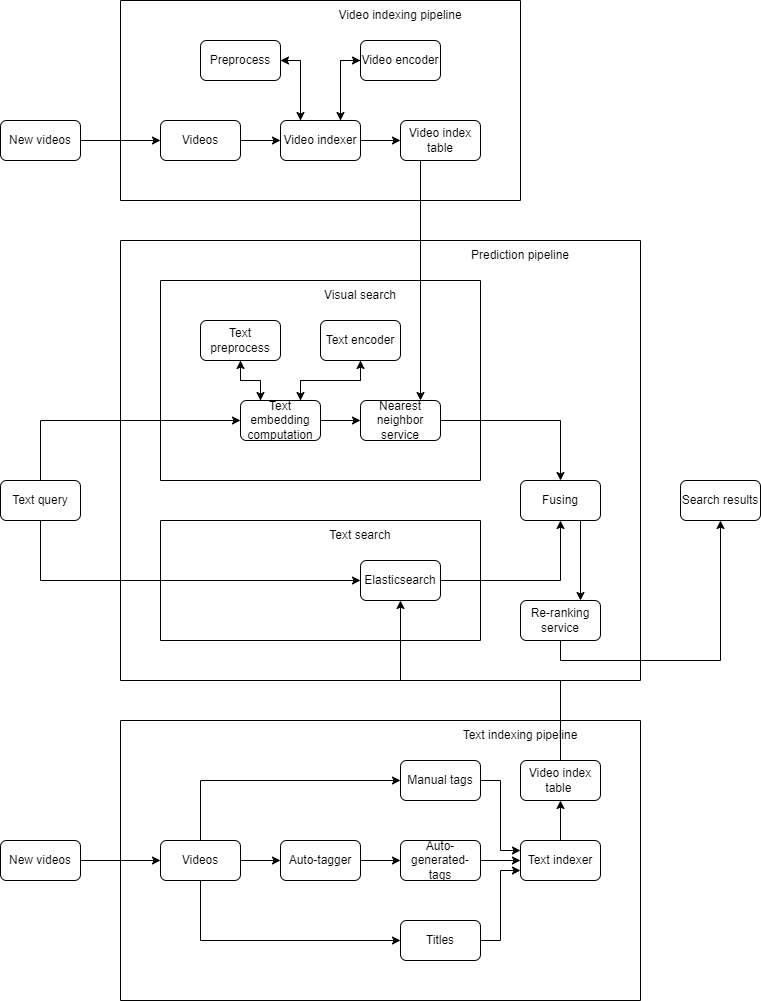
Earlier version of the draw.io export machine-learning/machine-learning-system-design/youtube-video-search5.png (riehseun/riehseun.github.io). Source tidied: cells renumbered, new cells last; positions are measured from the earlier drawing's top-left corner, leaving out a move shared by most shapes. Source of this version:
```xml
<mxGraphModel>
  <root>
    <mxCell id="0" />
    <mxCell id="1" parent="0" />
    <mxCell id="2" style="edgeStyle=orthogonalEdgeStyle;rounded=0;jettySize=auto;html=1;exitX=1;exitY=0.5;exitDx=0;exitDy=0;entryX=0;entryY=0.5;entryDx=0;entryDy=0;" parent="1" edge="1" source="3" target="27">
      <mxGeometry relative="1" as="geometry" />
    </mxCell>
    <mxCell id="3" value="New videos" style="rounded=1;whiteSpace=wrap;html=1;" parent="1" vertex="1">
      <mxGeometry y="120" width="80" height="40" as="geometry" />
    </mxCell>
    <mxCell id="4" style="swimlane;startSize=0;" parent="1" vertex="1">
      <mxGeometry x="120" y="240" width="520" height="440" as="geometry" />
    </mxCell>
    <mxCell id="5" style="swimlane;startSize=0;" parent="4" vertex="1">
      <mxGeometry x="40" y="40" width="320" height="200" as="geometry" />
    </mxCell>
    <mxCell id="6" style="edgeStyle=orthogonalEdgeStyle;rounded=0;jettySize=auto;html=1;exitX=0.25;exitY=0;exitDx=0;exitDy=0;" parent="5" edge="1" source="9" target="11">
      <mxGeometry relative="1" as="geometry" />
    </mxCell>
    <mxCell id="7" style="edgeStyle=orthogonalEdgeStyle;rounded=0;jettySize=auto;html=1;exitX=0.75;exitY=0;exitDx=0;exitDy=0;entryX=0.5;entryY=1;entryDx=0;entryDy=0;" parent="5" edge="1" source="9" target="13">
      <mxGeometry relative="1" as="geometry" />
    </mxCell>
    <mxCell id="8" style="edgeStyle=orthogonalEdgeStyle;rounded=0;jettySize=auto;html=1;exitX=1;exitY=0.5;exitDx=0;exitDy=0;entryX=0;entryY=0.5;entryDx=0;entryDy=0;" parent="5" edge="1" source="9" target="14">
      <mxGeometry relative="1" as="geometry" />
    </mxCell>
    <mxCell id="9" value="Text embedding computation" style="rounded=1;whiteSpace=wrap;html=1;" parent="5" vertex="1">
      <mxGeometry x="80" y="120" width="80" height="40" as="geometry" />
    </mxCell>
    <mxCell id="10" style="edgeStyle=orthogonalEdgeStyle;rounded=0;jettySize=auto;html=1;exitX=0.5;exitY=1;exitDx=0;exitDy=0;entryX=0.25;entryY=0;entryDx=0;entryDy=0;" parent="5" edge="1" source="11" target="9">
      <mxGeometry relative="1" as="geometry" />
    </mxCell>
    <mxCell id="11" value="Text preprocess" style="rounded=1;whiteSpace=wrap;html=1;" parent="5" vertex="1">
      <mxGeometry x="40" y="40" width="80" height="40" as="geometry" />
    </mxCell>
    <mxCell id="12" style="edgeStyle=orthogonalEdgeStyle;rounded=0;jettySize=auto;html=1;exitX=0.5;exitY=1;exitDx=0;exitDy=0;entryX=0.75;entryY=0;entryDx=0;entryDy=0;" parent="5" edge="1" source="13" target="9">
      <mxGeometry relative="1" as="geometry" />
    </mxCell>
    <mxCell id="13" value="Text encoder" style="rounded=1;whiteSpace=wrap;html=1;" parent="5" vertex="1">
      <mxGeometry x="160" y="40" width="80" height="40" as="geometry" />
    </mxCell>
    <mxCell id="14" value="Nearest neighbor service" style="rounded=1;whiteSpace=wrap;html=1;" parent="5" vertex="1">
      <mxGeometry x="200" y="120" width="80" height="40" as="geometry" />
    </mxCell>
    <mxCell id="15" value="Visual search" style="text;html=1;strokeColor=none;fillColor=none;align=center;verticalAlign=middle;whiteSpace=wrap;rounded=0;" parent="5" vertex="1">
      <mxGeometry x="80" width="240" height="30" as="geometry" />
    </mxCell>
    <mxCell id="16" style="swimlane;startSize=0;" parent="4" vertex="1">
      <mxGeometry x="40" y="280" width="320" height="120" as="geometry" />
    </mxCell>
    <mxCell id="17" value="Elasticsearch" style="rounded=1;whiteSpace=wrap;html=1;" parent="16" vertex="1">
      <mxGeometry x="200" y="40" width="80" height="40" as="geometry" />
    </mxCell>
    <mxCell id="18" value="Text search" style="text;html=1;strokeColor=none;fillColor=none;align=center;verticalAlign=middle;whiteSpace=wrap;rounded=0;" parent="16" vertex="1">
      <mxGeometry x="80" width="240" height="30" as="geometry" />
    </mxCell>
    <mxCell id="19" style="edgeStyle=orthogonalEdgeStyle;rounded=0;jettySize=auto;html=1;exitX=0.75;exitY=1;exitDx=0;exitDy=0;entryX=0.75;entryY=0;entryDx=0;entryDy=0;" parent="4" edge="1" source="20" target="21">
      <mxGeometry relative="1" as="geometry" />
    </mxCell>
    <mxCell id="20" value="Fusing" style="rounded=1;whiteSpace=wrap;html=1;" parent="4" vertex="1">
      <mxGeometry x="400" y="240" width="80" height="40" as="geometry" />
    </mxCell>
    <mxCell id="21" value="Re-ranking service" style="rounded=1;whiteSpace=wrap;html=1;" parent="4" vertex="1">
      <mxGeometry x="400" y="360" width="80" height="40" as="geometry" />
    </mxCell>
    <mxCell id="22" value="Prediction pipeline" style="text;html=1;strokeColor=none;fillColor=none;align=center;verticalAlign=middle;whiteSpace=wrap;rounded=0;" parent="4" vertex="1">
      <mxGeometry x="280" width="240" height="30" as="geometry" />
    </mxCell>
    <mxCell id="23" style="edgeStyle=orthogonalEdgeStyle;rounded=0;jettySize=auto;html=1;exitX=1;exitY=0.5;exitDx=0;exitDy=0;entryX=0.5;entryY=0;entryDx=0;entryDy=0;" parent="4" edge="1" source="14" target="20">
      <mxGeometry relative="1" as="geometry" />
    </mxCell>
    <mxCell id="24" style="edgeStyle=orthogonalEdgeStyle;rounded=0;jettySize=auto;html=1;exitX=1;exitY=0.5;exitDx=0;exitDy=0;entryX=0.5;entryY=1;entryDx=0;entryDy=0;" parent="4" edge="1" source="17" target="20">
      <mxGeometry relative="1" as="geometry" />
    </mxCell>
    <mxCell id="25" style="swimlane;startSize=0;" parent="1" vertex="1">
      <mxGeometry x="120" width="400" height="200" as="geometry" />
    </mxCell>
    <mxCell id="26" style="edgeStyle=orthogonalEdgeStyle;rounded=0;jettySize=auto;html=1;exitX=1;exitY=0.5;exitDx=0;exitDy=0;entryX=0;entryY=0.5;entryDx=0;entryDy=0;" parent="25" edge="1" source="27" target="31">
      <mxGeometry relative="1" as="geometry" />
    </mxCell>
    <mxCell id="27" value="Videos" style="rounded=1;whiteSpace=wrap;html=1;" parent="25" vertex="1">
      <mxGeometry x="40" y="120" width="80" height="40" as="geometry" />
    </mxCell>
    <mxCell id="28" style="edgeStyle=orthogonalEdgeStyle;rounded=0;jettySize=auto;html=1;exitX=1;exitY=0.5;exitDx=0;exitDy=0;entryX=0;entryY=0.5;entryDx=0;entryDy=0;" parent="25" edge="1" source="31" target="32">
      <mxGeometry relative="1" as="geometry" />
    </mxCell>
    <mxCell id="29" style="edgeStyle=orthogonalEdgeStyle;rounded=0;jettySize=auto;html=1;exitX=0.25;exitY=0;exitDx=0;exitDy=0;entryX=1;entryY=0.5;entryDx=0;entryDy=0;" parent="25" edge="1" source="31" target="34">
      <mxGeometry relative="1" as="geometry" />
    </mxCell>
    <mxCell id="30" style="edgeStyle=orthogonalEdgeStyle;rounded=0;jettySize=auto;html=1;exitX=0.75;exitY=0;exitDx=0;exitDy=0;entryX=0;entryY=0.5;entryDx=0;entryDy=0;" parent="25" edge="1" source="31" target="36">
      <mxGeometry relative="1" as="geometry" />
    </mxCell>
    <mxCell id="31" value="Video indexer" style="rounded=1;whiteSpace=wrap;html=1;" parent="25" vertex="1">
      <mxGeometry x="160" y="120" width="80" height="40" as="geometry" />
    </mxCell>
    <mxCell id="32" value="Video index table" style="rounded=1;whiteSpace=wrap;html=1;" parent="25" vertex="1">
      <mxGeometry x="280" y="120" width="80" height="40" as="geometry" />
    </mxCell>
    <mxCell id="33" style="edgeStyle=orthogonalEdgeStyle;rounded=0;jettySize=auto;html=1;exitX=1;exitY=0.5;exitDx=0;exitDy=0;entryX=0.25;entryY=0;entryDx=0;entryDy=0;" parent="25" edge="1" source="34" target="31">
      <mxGeometry relative="1" as="geometry" />
    </mxCell>
    <mxCell id="34" value="Preprocess" style="rounded=1;whiteSpace=wrap;html=1;" parent="25" vertex="1">
      <mxGeometry x="80" y="40" width="80" height="40" as="geometry" />
    </mxCell>
    <mxCell id="35" style="edgeStyle=orthogonalEdgeStyle;rounded=0;jettySize=auto;html=1;exitX=0;exitY=0.5;exitDx=0;exitDy=0;entryX=0.75;entryY=0;entryDx=0;entryDy=0;" parent="25" edge="1" source="36" target="31">
      <mxGeometry relative="1" as="geometry" />
    </mxCell>
    <mxCell id="36" value="Video encoder" style="rounded=1;whiteSpace=wrap;html=1;" parent="25" vertex="1">
      <mxGeometry x="240" y="40" width="80" height="40" as="geometry" />
    </mxCell>
    <mxCell id="37" value="Video indexing pipeline" style="text;html=1;strokeColor=none;fillColor=none;align=center;verticalAlign=middle;whiteSpace=wrap;rounded=0;" parent="25" vertex="1">
      <mxGeometry x="160" width="240" height="30" as="geometry" />
    </mxCell>
    <mxCell id="38" style="edgeStyle=orthogonalEdgeStyle;rounded=0;jettySize=auto;html=1;exitX=0.5;exitY=0;exitDx=0;exitDy=0;entryX=0;entryY=0.5;entryDx=0;entryDy=0;" parent="1" edge="1" source="40" target="9">
      <mxGeometry relative="1" as="geometry" />
    </mxCell>
    <mxCell id="39" style="edgeStyle=orthogonalEdgeStyle;rounded=0;jettySize=auto;html=1;exitX=0.5;exitY=1;exitDx=0;exitDy=0;entryX=0;entryY=0.5;entryDx=0;entryDy=0;" parent="1" edge="1" source="40" target="17">
      <mxGeometry relative="1" as="geometry" />
    </mxCell>
    <mxCell id="40" value="Text query" style="rounded=1;whiteSpace=wrap;html=1;" parent="1" vertex="1">
      <mxGeometry y="480" width="80" height="40" as="geometry" />
    </mxCell>
    <mxCell id="41" value="Search results" style="rounded=1;whiteSpace=wrap;html=1;" parent="1" vertex="1">
      <mxGeometry x="680" y="480" width="80" height="40" as="geometry" />
    </mxCell>
    <mxCell id="42" style="swimlane;startSize=0;" parent="1" vertex="1">
      <mxGeometry x="120" y="720" width="520" height="280" as="geometry" />
    </mxCell>
    <mxCell id="43" style="edgeStyle=orthogonalEdgeStyle;rounded=0;jettySize=auto;html=1;exitX=1;exitY=0.5;exitDx=0;exitDy=0;" parent="42" edge="1" source="46" target="48">
      <mxGeometry relative="1" as="geometry" />
    </mxCell>
    <mxCell id="44" style="edgeStyle=orthogonalEdgeStyle;rounded=0;jettySize=auto;html=1;exitX=0.5;exitY=0;exitDx=0;exitDy=0;entryX=0;entryY=0.5;entryDx=0;entryDy=0;" parent="42" edge="1" source="46" target="54">
      <mxGeometry relative="1" as="geometry" />
    </mxCell>
    <mxCell id="45" style="edgeStyle=orthogonalEdgeStyle;rounded=0;jettySize=auto;html=1;exitX=0.5;exitY=1;exitDx=0;exitDy=0;entryX=0;entryY=0.5;entryDx=0;entryDy=0;" parent="42" edge="1" source="46" target="56">
      <mxGeometry relative="1" as="geometry" />
    </mxCell>
    <mxCell id="46" value="Videos" style="rounded=1;whiteSpace=wrap;html=1;" parent="42" vertex="1">
      <mxGeometry x="40" y="120" width="80" height="40" as="geometry" />
    </mxCell>
    <mxCell id="47" style="edgeStyle=orthogonalEdgeStyle;rounded=0;jettySize=auto;html=1;exitX=1;exitY=0.5;exitDx=0;exitDy=0;entryX=0;entryY=0.5;entryDx=0;entryDy=0;" parent="42" edge="1" source="48" target="52">
      <mxGeometry relative="1" as="geometry" />
    </mxCell>
    <mxCell id="48" value="Auto-tagger" style="rounded=1;whiteSpace=wrap;html=1;" parent="42" vertex="1">
      <mxGeometry x="160" y="120" width="80" height="40" as="geometry" />
    </mxCell>
    <mxCell id="49" style="edgeStyle=orthogonalEdgeStyle;rounded=0;jettySize=auto;html=1;exitX=0.5;exitY=0;exitDx=0;exitDy=0;entryX=0.5;entryY=1;entryDx=0;entryDy=0;" parent="42" edge="1" source="50" target="57">
      <mxGeometry relative="1" as="geometry" />
    </mxCell>
    <mxCell id="50" value="Text indexer" style="rounded=1;whiteSpace=wrap;html=1;" parent="42" vertex="1">
      <mxGeometry x="400" y="120" width="80" height="40" as="geometry" />
    </mxCell>
    <mxCell id="51" style="edgeStyle=orthogonalEdgeStyle;rounded=0;jettySize=auto;html=1;exitX=1;exitY=0.5;exitDx=0;exitDy=0;entryX=0;entryY=0.5;entryDx=0;entryDy=0;" parent="42" edge="1" source="52" target="50">
      <mxGeometry relative="1" as="geometry" />
    </mxCell>
    <mxCell id="52" value="Auto-generated-tags" style="rounded=1;whiteSpace=wrap;html=1;" parent="42" vertex="1">
      <mxGeometry x="280" y="120" width="80" height="40" as="geometry" />
    </mxCell>
    <mxCell id="53" style="edgeStyle=orthogonalEdgeStyle;rounded=0;jettySize=auto;html=1;exitX=1;exitY=0.5;exitDx=0;exitDy=0;entryX=0;entryY=0.25;entryDx=0;entryDy=0;" parent="42" edge="1" source="54" target="50">
      <mxGeometry relative="1" as="geometry" />
    </mxCell>
    <mxCell id="54" value="Manual tags" style="rounded=1;whiteSpace=wrap;html=1;" parent="42" vertex="1">
      <mxGeometry x="280" y="40" width="80" height="40" as="geometry" />
    </mxCell>
    <mxCell id="55" style="edgeStyle=orthogonalEdgeStyle;rounded=0;jettySize=auto;html=1;exitX=1;exitY=0.5;exitDx=0;exitDy=0;entryX=0;entryY=0.75;entryDx=0;entryDy=0;" parent="42" edge="1" source="56" target="50">
      <mxGeometry relative="1" as="geometry" />
    </mxCell>
    <mxCell id="56" value="Titles" style="rounded=1;whiteSpace=wrap;html=1;" parent="42" vertex="1">
      <mxGeometry x="280" y="200" width="80" height="40" as="geometry" />
    </mxCell>
    <mxCell id="57" value="Video index table&amp;nbsp;" style="rounded=1;whiteSpace=wrap;html=1;" parent="42" vertex="1">
      <mxGeometry x="400" y="40" width="80" height="40" as="geometry" />
    </mxCell>
    <mxCell id="58" style="edgeStyle=orthogonalEdgeStyle;rounded=0;jettySize=auto;html=1;exitX=1;exitY=0.5;exitDx=0;exitDy=0;" parent="1" edge="1" source="59" target="46">
      <mxGeometry relative="1" as="geometry" />
    </mxCell>
    <mxCell id="59" value="New videos" style="rounded=1;whiteSpace=wrap;html=1;" parent="1" vertex="1">
      <mxGeometry y="840" width="80" height="40" as="geometry" />
    </mxCell>
    <mxCell id="60" value="Text indexing pipeline" style="text;html=1;strokeColor=none;fillColor=none;align=center;verticalAlign=middle;whiteSpace=wrap;rounded=0;" parent="1" vertex="1">
      <mxGeometry x="400" y="720" width="240" height="30" as="geometry" />
    </mxCell>
    <mxCell id="61" style="edgeStyle=orthogonalEdgeStyle;rounded=0;jettySize=auto;html=1;exitX=0.25;exitY=1;exitDx=0;exitDy=0;entryX=0.75;entryY=0;entryDx=0;entryDy=0;" parent="1" edge="1" source="32" target="14">
      <mxGeometry relative="1" as="geometry" />
    </mxCell>
    <mxCell id="62" style="edgeStyle=orthogonalEdgeStyle;rounded=0;jettySize=auto;html=1;exitX=0.5;exitY=1;exitDx=0;exitDy=0;" parent="1" edge="1" source="21" target="41">
      <mxGeometry relative="1" as="geometry" />
    </mxCell>
    <mxCell id="63" style="edgeStyle=orthogonalEdgeStyle;rounded=0;jettySize=auto;html=1;exitX=0.5;exitY=0;exitDx=0;exitDy=0;entryX=0.5;entryY=1;entryDx=0;entryDy=0;" parent="1" edge="1" source="57" target="17">
      <mxGeometry relative="1" as="geometry" />
    </mxCell>
  </root>
</mxGraphModel>
```
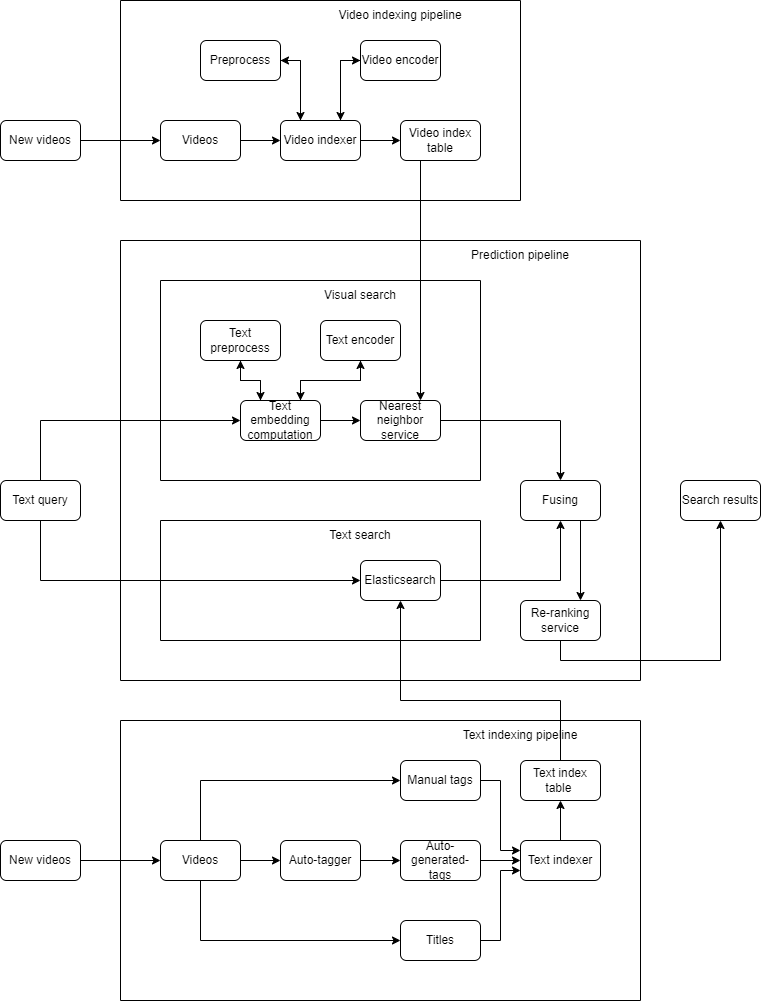
After the change.

What changed in the source:
```diff
@@ -167,7 +167,7 @@
     <mxCell id="56" value="Titles" style="rounded=1;whiteSpace=wrap;html=1;" parent="42" vertex="1">
       <mxGeometry x="280" y="200" width="80" height="40" as="geometry" />
     </mxCell>
-    <mxCell id="57" value="Video index table&amp;nbsp;" style="rounded=1;whiteSpace=wrap;html=1;" parent="42" vertex="1">
+    <mxCell id="57" value="Text index table&amp;nbsp;" style="rounded=1;whiteSpace=wrap;html=1;" parent="42" vertex="1">
       <mxGeometry x="400" y="40" width="80" height="40" as="geometry" />
     </mxCell>
     <mxCell id="58" style="edgeStyle=orthogonalEdgeStyle;rounded=0;jettySize=auto;html=1;exitX=1;exitY=0.5;exitDx=0;exitDy=0;" parent="1" edge="1" source="59" target="46">
@@ -186,7 +186,12 @@
       <mxGeometry relative="1" as="geometry" />
     </mxCell>
     <mxCell id="63" style="edgeStyle=orthogonalEdgeStyle;rounded=0;jettySize=auto;html=1;exitX=0.5;exitY=0;exitDx=0;exitDy=0;entryX=0.5;entryY=1;entryDx=0;entryDy=0;" parent="1" edge="1" source="57" target="17">
-      <mxGeometry relative="1" as="geometry" />
+      <mxGeometry relative="1" as="geometry">
+        <Array as="points">
+          <mxPoint x="560" y="700" />
+          <mxPoint x="400" y="700" />
+        </Array>
+      </mxGeometry>
     </mxCell>
   </root>
 </mxGraphModel>
```
